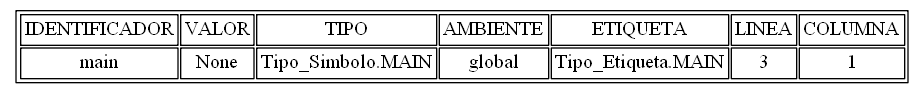
The Graphviz diagram tablasimbolos.png in AndreeAvalos/OLC2-AUGUS, before a commit. Its source is kept beside it as tablasimbolos.dot.
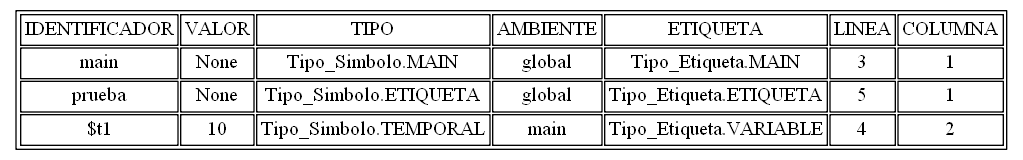
After the change.

Commit message:
Cambio de tipo etiquetas dinamicamente

Diff of the diagram source:
```diff
@@ -4,6 +4,8 @@
 arset [label=<<TABLE ALIGN="LEFT">
 <TR><TD>IDENTIFICADOR</TD><TD>VALOR</TD><TD>TIPO</TD><TD>AMBIENTE</TD><TD>ETIQUETA</TD><TD>LINEA</TD><TD>COLUMNA</TD></TR>
 <TR><TD>main</TD><TD>None</TD><TD>Tipo_Simbolo.MAIN</TD><TD>global</TD><TD>Tipo_Etiqueta.MAIN</TD><TD>3</TD><TD>1</TD></TR>
+<TR><TD>prueba</TD><TD>None</TD><TD>Tipo_Simbolo.ETIQUETA</TD><TD>global</TD><TD>Tipo_Etiqueta.ETIQUETA</TD><TD>5</TD><TD>1</TD></TR>
+<TR><TD>$t1</TD><TD>10</TD><TD>Tipo_Simbolo.TEMPORAL</TD><TD>main</TD><TD>Tipo_Etiqueta.VARIABLE</TD><TD>4</TD><TD>2</TD></TR>
 </TABLE>
 >, ];
 }
```
